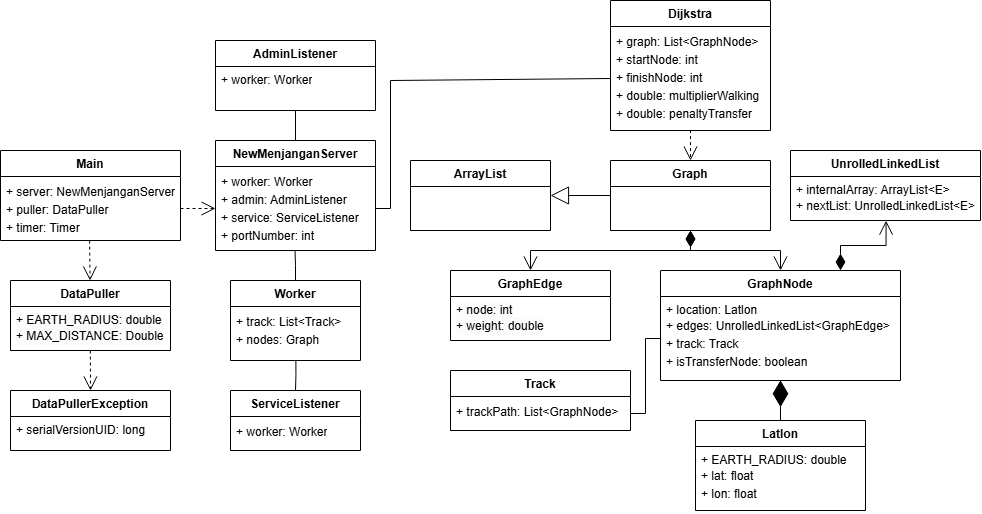
The draw.io diagram doc/DokumenSkripsi/Gambar/class-diagram.png in MuhammadAldiRivandi/Skripsi, before a commit. Source tidied: cells renumbered, new cells last; positions are measured from the earlier drawing's top-left corner, leaving out a move shared by most shapes.
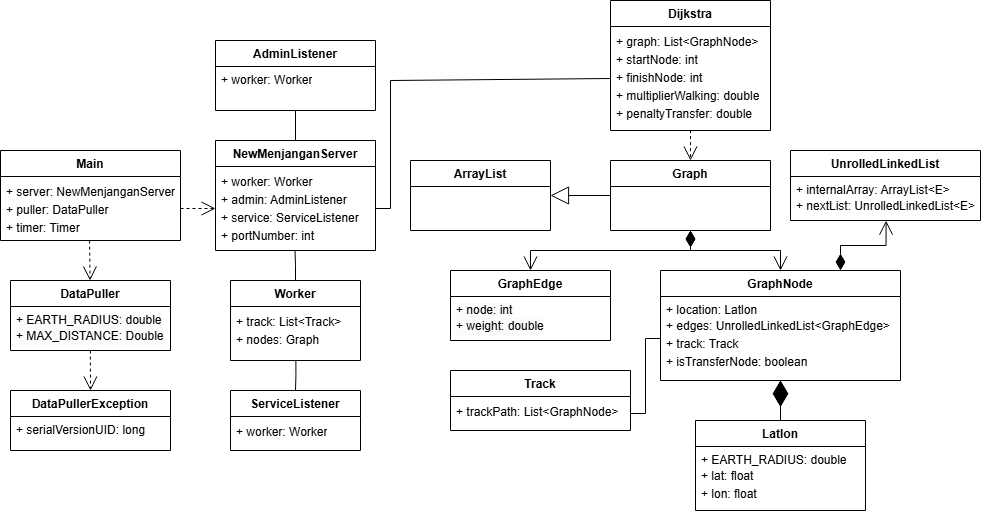
The same diagram one commit later.

Change to the diagram source:
```diff
@@ -65,9 +65,9 @@
     <mxCell id="22" value="Dijkstra" style="swimlane;fontStyle=1;align=center;verticalAlign=top;horizontal=1;startSize=26;whiteSpace=wrap;html=1;" parent="1" vertex="1">
       <mxGeometry x="610" width="160" height="130" as="geometry" />
     </mxCell>
-    <mxCell id="23" value="&lt;div style=&quot;line-height: 18px;&quot;&gt;&lt;div style=&quot;line-height: 18px;&quot;&gt;&lt;div style=&quot;line-height: 18px;&quot;&gt;+&amp;nbsp;graph: List&amp;lt;GraphNode&amp;gt;&lt;/div&gt;&lt;div style=&quot;line-height: 18px;&quot;&gt;+ startNode: int&lt;/div&gt;&lt;div style=&quot;line-height: 18px;&quot;&gt;+ finishNode: int&lt;/div&gt;&lt;div style=&quot;line-height: 18px;&quot;&gt;&lt;div style=&quot;line-height: 18px;&quot;&gt;+&amp;nbsp;double: multiplierWalking&lt;/div&gt;&lt;div style=&quot;line-height: 18px;&quot;&gt;+ double: penaltyTransfer&lt;/div&gt;&lt;/div&gt;&lt;/div&gt;&lt;/div&gt;" style="text;strokeColor=none;fillColor=none;align=left;verticalAlign=top;spacingLeft=4;spacingRight=4;overflow=hidden;points=[[0,0.5],[1,0.5]];portConstraint=eastwest;whiteSpace=wrap;html=1;" parent="22" vertex="1">
-      <mxGeometry y="26" width="160" height="104" as="geometry" />
-    </mxCell>
+    <mxCell id="44" value="&lt;div style=&quot;line-height: 18px;&quot;&gt;&lt;div style=&quot;line-height: 18px;&quot;&gt;&lt;div style=&quot;line-height: 18px;&quot;&gt;+&amp;nbsp;graph: List&amp;lt;GraphNode&amp;gt;&lt;/div&gt;&lt;div style=&quot;line-height: 18px;&quot;&gt;+ startNode: int&lt;/div&gt;&lt;div style=&quot;line-height: 18px;&quot;&gt;+ finishNode: int&lt;/div&gt;&lt;div style=&quot;line-height: 18px;&quot;&gt;&lt;div style=&quot;line-height: 18px;&quot;&gt;+&amp;nbsp;&lt;span style=&quot;background-color: transparent; color: light-dark(rgb(0, 0, 0), rgb(255, 255, 255));&quot;&gt;multiplierWalking&lt;/span&gt;&lt;span style=&quot;background-color: transparent; color: light-dark(rgb(0, 0, 0), rgb(255, 255, 255));&quot;&gt;:&amp;nbsp;&lt;/span&gt;&lt;span style=&quot;background-color: transparent; color: light-dark(rgb(0, 0, 0), rgb(255, 255, 255));&quot;&gt;double&lt;/span&gt;&lt;/div&gt;&lt;div style=&quot;line-height: 18px;&quot;&gt;+&amp;nbsp;&lt;span style=&quot;background-color: transparent; color: light-dark(rgb(0, 0, 0), rgb(255, 255, 255));&quot;&gt;penaltyTransfer&lt;/span&gt;&lt;span style=&quot;background-color: transparent; color: light-dark(rgb(0, 0, 0), rgb(255, 255, 255));&quot;&gt;:&amp;nbsp;&lt;/span&gt;&lt;span style=&quot;background-color: transparent; color: light-dark(rgb(0, 0, 0), rgb(255, 255, 255));&quot;&gt;double&lt;/span&gt;&lt;/div&gt;&lt;/div&gt;&lt;/div&gt;&lt;/div&gt;" style="text;strokeColor=none;fillColor=none;align=left;verticalAlign=top;spacingLeft=4;spacingRight=4;overflow=hidden;points=[[0,0.5],[1,0.5]];portConstraint=eastwest;whiteSpace=wrap;html=1;" parent="22" vertex="1">
+      <mxGeometry y="26" width="160" height="104" as="geometry" />
+    </mxCell>
     <mxCell id="24" value="Graph" style="swimlane;fontStyle=1;align=center;verticalAlign=top;horizontal=1;startSize=26;whiteSpace=wrap;html=1;" parent="1" vertex="1">
       <mxGeometry x="610" y="160" width="160" height="70" as="geometry" />
     </mxCell>
@@ -122,16 +122,16 @@
     <mxCell id="41" style="endArrow=block;endSize=16;endFill=0;html=1;rounded=0;exitX=0;exitY=0.5;exitDx=0;exitDy=0;entryX=1;entryY=0.5;entryDx=0;entryDy=0;" parent="1" edge="1" source="24" target="40">
       <mxGeometry relative="1" as="geometry" />
     </mxCell>
-    <mxCell id="42" style="endArrow=open;endSize=12;dashed=1;html=1;rounded=0;exitX=0.5;exitY=0.996;exitDx=0;exitDy=0;exitPerimeter=0;entryX=0.5;entryY=0;entryDx=0;entryDy=0;" parent="1" edge="1" source="23" target="24">
-      <mxGeometry relative="1" as="geometry" />
-    </mxCell>
-    <mxCell id="43" style="endArrow=none;html=1;rounded=0;exitX=1;exitY=0.5;exitDx=0;exitDy=0;entryX=0;entryY=0.5;entryDx=0;entryDy=0;" parent="1" edge="1" source="11" target="23">
-      <mxGeometry relative="1" as="geometry">
-        <Array as="points">
-          <mxPoint x="390" y="208" />
-          <mxPoint x="390" y="80" />
-        </Array>
-      </mxGeometry>
-    </mxCell>
+    <mxCell id="45" style="endArrow=open;endSize=12;dashed=1;html=1;rounded=0;exitX=0.5;exitY=0.996;exitDx=0;exitDy=0;exitPerimeter=0;entryX=0.5;entryY=0;entryDx=0;entryDy=0;" parent="1" edge="1" source="44" target="24">
+      <mxGeometry relative="1" as="geometry" />
+    </mxCell>
+    <mxCell id="46" style="endArrow=none;html=1;rounded=0;exitX=1;exitY=0.5;exitDx=0;exitDy=0;entryX=0;entryY=0.5;entryDx=0;entryDy=0;" parent="1" edge="1" source="11" target="44">
+      <mxGeometry relative="1" as="geometry">
+        <Array as="points">
+          <mxPoint x="390" y="208" />
+          <mxPoint x="390" y="80" />
+        </Array>
+      </mxGeometry>
+    </mxCell>
   </root>
 </mxGraphModel>
```
